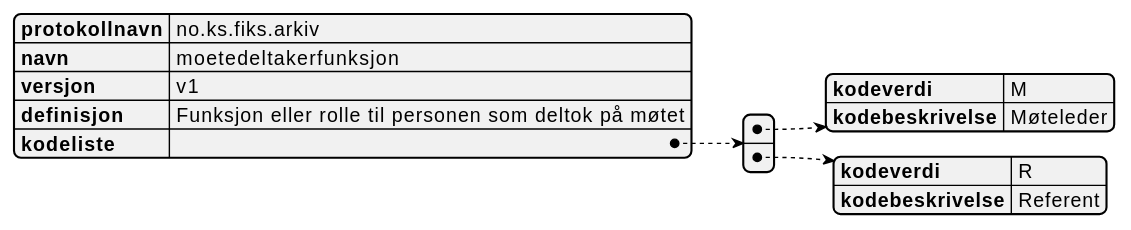
The PlantUML diagram Schema/V1/kodelister/no.ks.fiks.arkiv.v1.kodelister.moetedeltakerfunksjon/no.ks.fiks.arkiv.v1.kodelister.moetedeltakerfunksjon.svg in ks-no/fiks-arkiv-specification, before a commit. Its diagram source:
```plantuml
@startjson
{
  "protokollnavn": "no.ks.fiks.arkiv",
  "navn": "moetedeltakerfunksjon",
  "versjon": "v1",
  "definisjon": "Funksjon eller rolle til personen som deltok på møtet",
  "kodeliste": [
    {
      "kodeverdi" : "M",
      "kodebeskrivelse" : "Møteleder"
    },
    {
      "kodeverdi" : "R",
      "kodebeskrivelse" : "Referent"
    }
  ]
}
@endjson
```
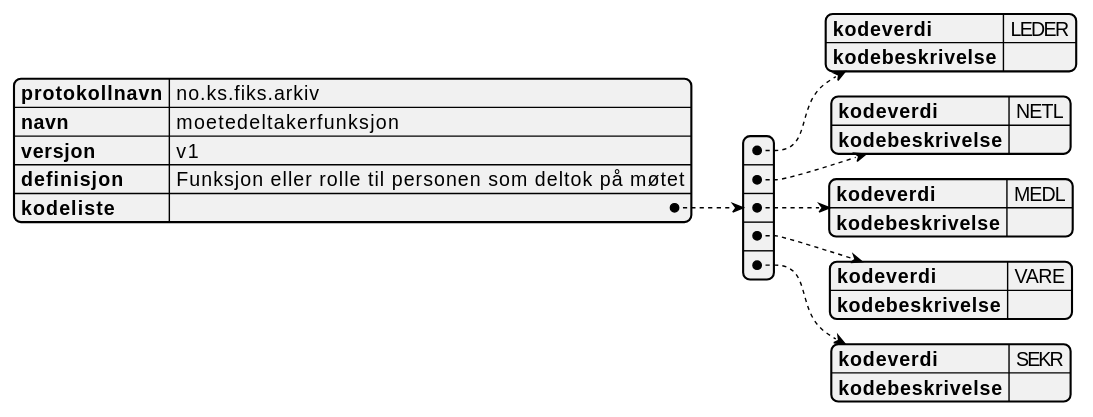
The same diagram one commit later.

What changed in the source:
```diff
@@ -6,12 +6,24 @@
   "definisjon": "Funksjon eller rolle til personen som deltok på møtet",
   "kodeliste": [
     {
-      "kodeverdi" : "M",
-      "kodebeskrivelse" : "Møteleder"
+      "kodeverdi" : "LEDER",
+      "kodebeskrivelse" : ""
     },
     {
-      "kodeverdi" : "R",
-      "kodebeskrivelse" : "Referent"
+      "kodeverdi" : "NETL",
+      "kodebeskrivelse" : ""
+    },
+    {
+      "kodeverdi" : "MEDL",
+      "kodebeskrivelse" : ""
+    },
+    {
+      "kodeverdi" : "VARE",
+      "kodebeskrivelse" : ""
+    },
+    {
+      "kodeverdi" : "SEKR",
+      "kodebeskrivelse" : ""
     }
   ]
 }
```
